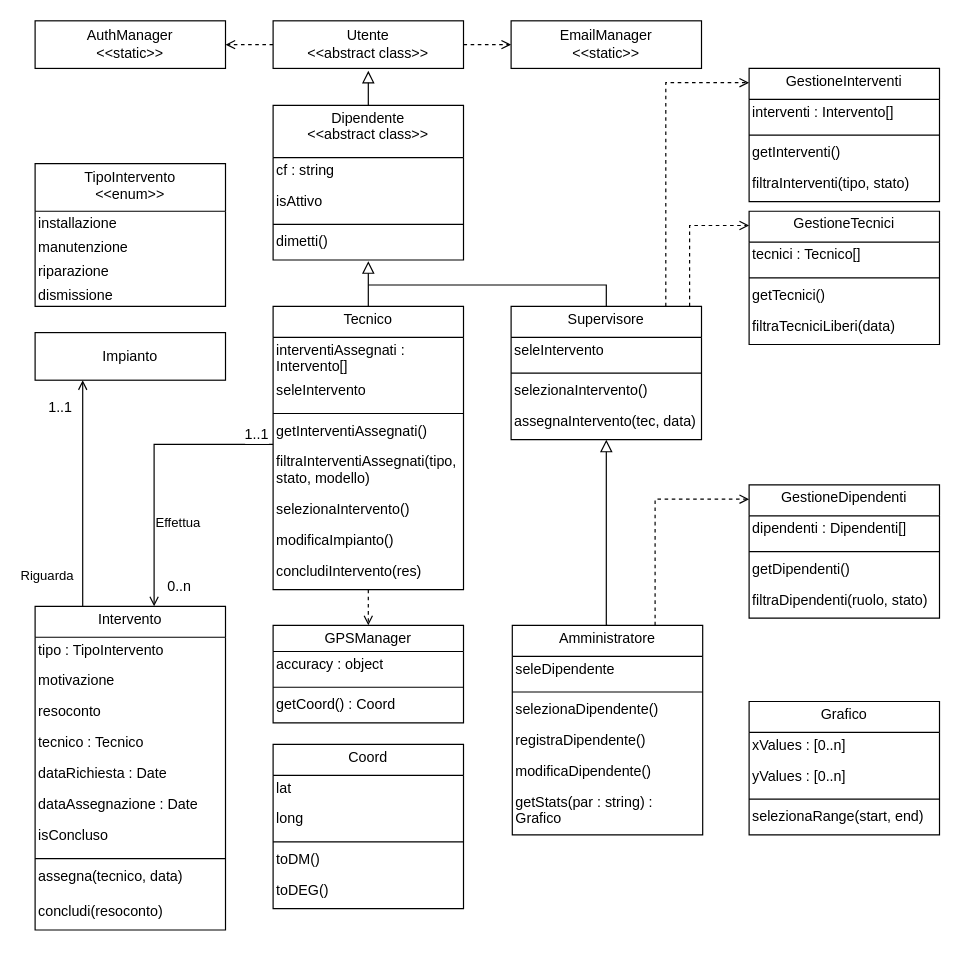
Above: page "Dipendenti" (5 of 10) of deliverables/d3/.media/.drawio/classi.drawio in amanfucci/ardeeno-workondeliverables (draw.io), before the change. Source tidied: cells renumbered, new cells numbered last; positions are measured from the earlier drawing's top-left corner, leaving out a move shared by most shapes. Both pictures are drawn from the tidied source at 119%, with x=0, y=0 at pixel (35, 20).
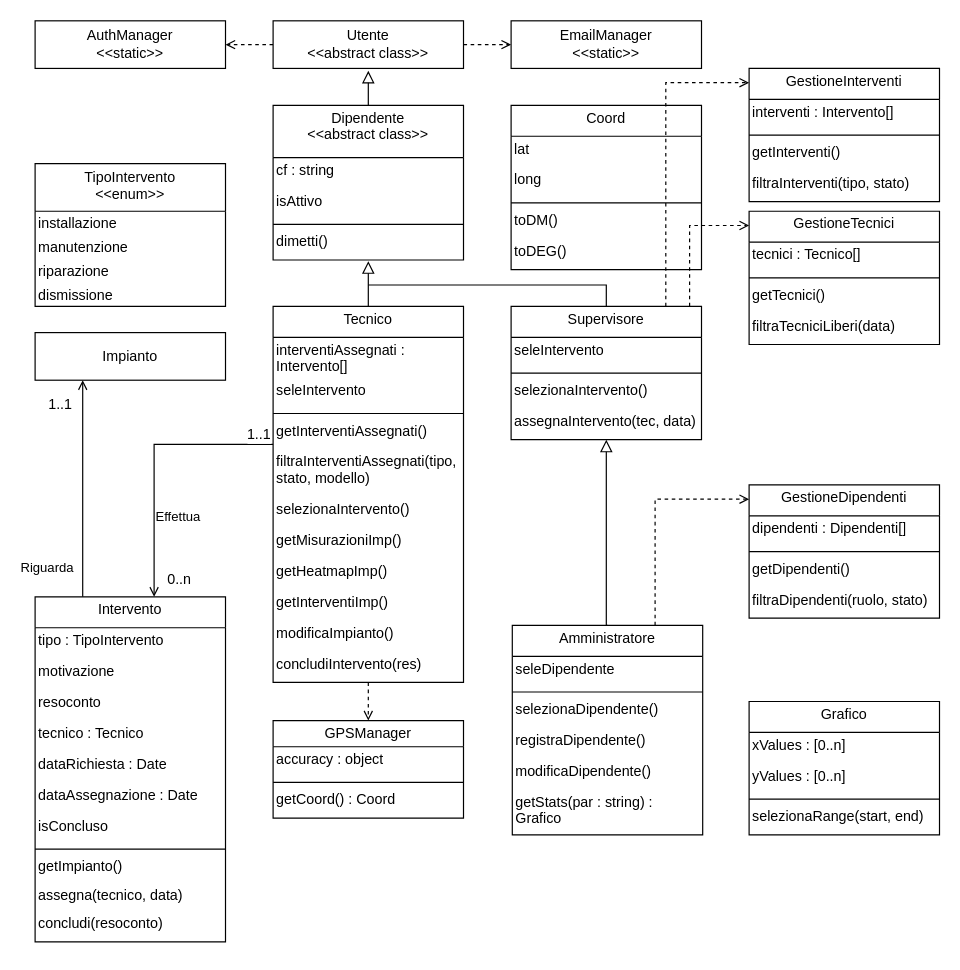
Above is the later version.

Change to the diagram source:
```diff
@@
     <mxCell id="18" value="GPSManager" style="swimlane;fontStyle=0;align=center;verticalAlign=top;horizontal=1;startSize=22;whiteSpace=wrap;spacing=-1;" parent="1" vertex="1">
-      <mxGeometry x="200" y="508" width="160" height="82" as="geometry" />
+      <mxGeometry x="200" y="588" width="160" height="82" as="geometry" />
     </mxCell>
@@
     <mxCell id="22" value="Coord" style="swimlane;fontStyle=0;align=center;verticalAlign=top;horizontal=1;startSize=26;whiteSpace=wrap;spacing=-1;" parent="1" vertex="1">
-      <mxGeometry x="200" y="608" width="160" height="138" as="geometry" />
+      <mxGeometry x="400" y="71" width="160" height="138" as="geometry" />
     </mxCell>
@@
     <mxCell id="34" value="Tecnico" style="swimlane;fontStyle=0;align=center;verticalAlign=top;horizontal=1;startSize=26;whiteSpace=wrap;spacing=-1;" parent="1" vertex="1">
-      <mxGeometry x="200" y="240" width="160" height="238" as="geometry" />
+      <mxGeometry x="200" y="240" width="160" height="316" as="geometry" />
     </mxCell>
@@
+    <mxCell id="93" value="getMisurazioniImp()" style="text;strokeColor=none;fillColor=none;align=left;verticalAlign=top;spacingLeft=4;spacingRight=4;overflow=hidden;fontStyle=0;whiteSpace=wrap;spacing=-1;" parent="34" vertex="1">
+      <mxGeometry y="186" width="160" height="26" as="geometry" />
+    </mxCell>
+    <mxCell id="94" value="getHeatmapImp()" style="text;strokeColor=none;fillColor=none;align=left;verticalAlign=top;spacingLeft=4;spacingRight=4;overflow=hidden;fontStyle=0;whiteSpace=wrap;spacing=-1;" parent="34" vertex="1">
+      <mxGeometry y="212" width="160" height="26" as="geometry" />
+    </mxCell>
+    <mxCell id="95" value="getInterventiImp()" style="text;strokeColor=none;fillColor=none;align=left;verticalAlign=top;spacingLeft=4;spacingRight=4;overflow=hidden;fontStyle=0;whiteSpace=wrap;spacing=-1;" parent="34" vertex="1">
+      <mxGeometry y="238" width="160" height="26" as="geometry" />
+    </mxCell>
     <mxCell id="41" value="modificaImpianto()" style="text;strokeColor=none;fillColor=none;align=left;verticalAlign=top;spacingLeft=4;spacingRight=4;overflow=hidden;fontStyle=0;whiteSpace=wrap;spacing=-1;" parent="34" vertex="1">
-      <mxGeometry y="186" width="160" height="26" as="geometry" />
+      <mxGeometry y="264" width="160" height="26" as="geometry" />
     </mxCell>
     <mxCell id="42" value="concludiIntervento(res)" style="text;strokeColor=none;fillColor=none;align=left;verticalAlign=top;spacingLeft=4;spacingRight=4;overflow=hidden;fontStyle=0;whiteSpace=wrap;spacing=-1;" parent="34" vertex="1">
-      <mxGeometry y="212" width="160" height="26" as="geometry" />
+      <mxGeometry y="290" width="160" height="26" as="geometry" />
     </mxCell>
@@
     <mxCell id="51" value="Intervento" style="swimlane;fontStyle=0;align=center;verticalAlign=top;horizontal=1;startSize=26;whiteSpace=wrap;spacing=-1;" parent="1" vertex="1">
-      <mxGeometry y="492" width="160" height="272" as="geometry" />
+      <mxGeometry y="484" width="160" height="290" as="geometry" />
     </mxCell>
@@
+    <mxCell id="96" value="getImpianto()" style="text;strokeColor=none;fillColor=none;align=left;verticalAlign=top;spacingLeft=4;spacingRight=4;overflow=hidden;whiteSpace=wrap;fontStyle=0;spacing=-1;" parent="51" vertex="1">
+      <mxGeometry y="216" width="160" height="24" as="geometry" />
+    </mxCell>
     <mxCell id="60" value="assegna(tecnico, data)" style="text;strokeColor=none;fillColor=none;align=left;verticalAlign=top;spacingLeft=4;spacingRight=4;overflow=hidden;fontStyle=0;whiteSpace=wrap;spacing=-1;" parent="51" vertex="1">
-      <mxGeometry y="216" width="160" height="30" as="geometry" />
+      <mxGeometry y="240" width="160" height="24" as="geometry" />
     </mxCell>
     <mxCell id="61" value="concludi(resoconto)" style="text;strokeColor=none;fillColor=none;align=left;verticalAlign=top;spacingLeft=4;spacingRight=4;overflow=hidden;whiteSpace=wrap;fontStyle=0;spacing=-1;" parent="51" vertex="1">
-      <mxGeometry y="246" width="160" height="26" as="geometry" />
+      <mxGeometry y="264" width="160" height="26" as="geometry" />
     </mxCell>
```
